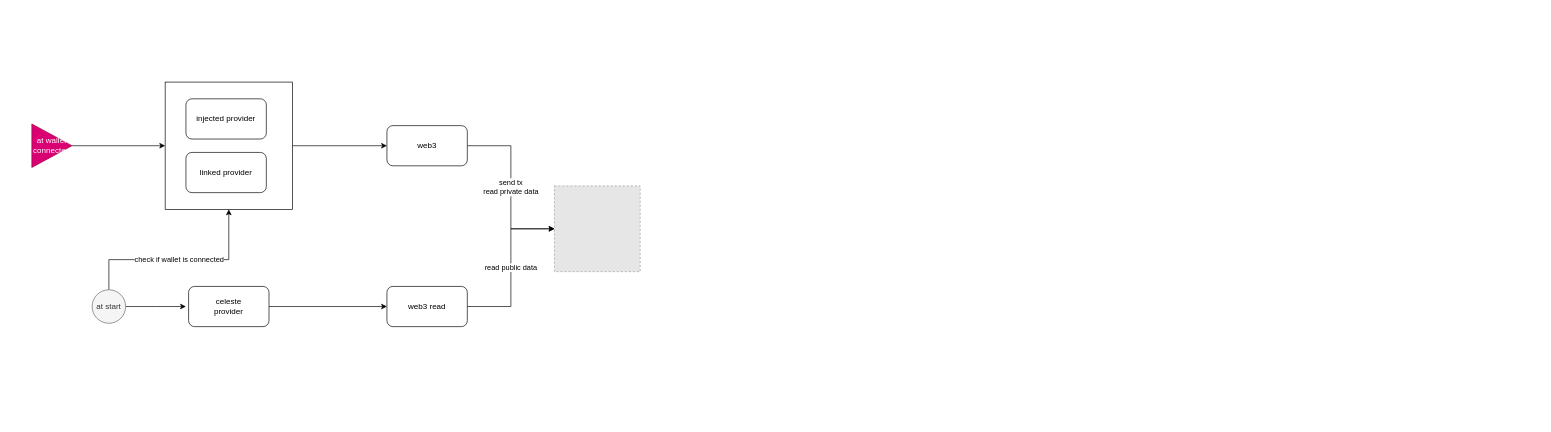
Before: page "core" (2 of 3) of docs/celeste.drawio in Loque18/celeste-js, a draw.io diagram. Source tidied: cells renumbered, new cells numbered last; positions are measured from the earlier drawing's top-left corner, leaving out a move shared by most shapes. Both pictures are drawn from the tidied source at 67%, with x=0, y=0 at pixel (31, 82). Pictures stored in the file or linked from it are replaced by grey dashed boxes.
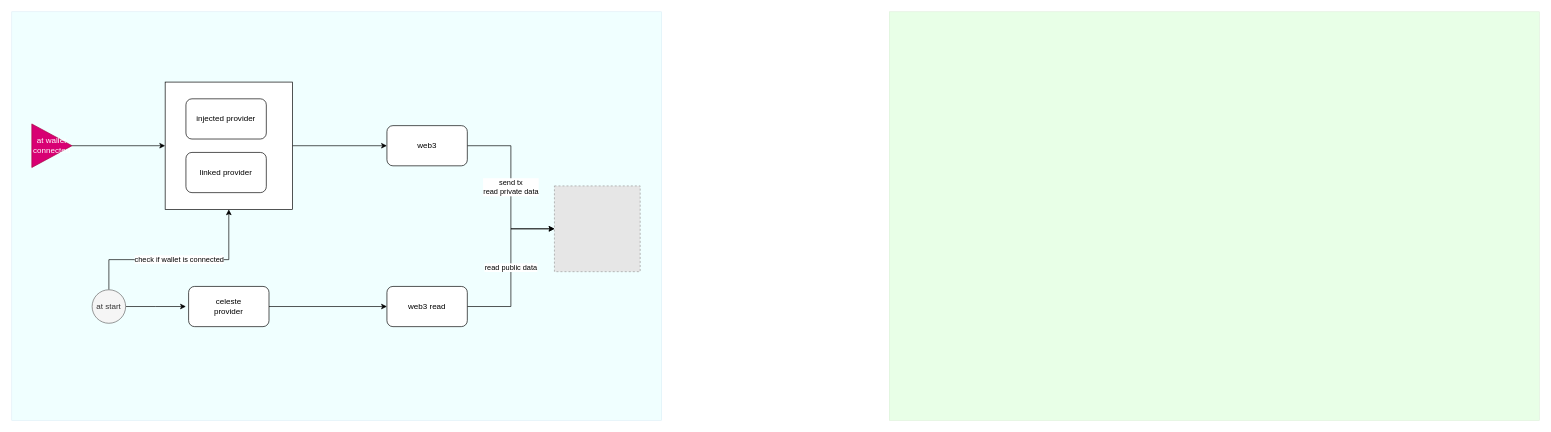
The same diagram, later.

Diff of the diagram source:
```diff
@@
+    <mxCell id="18" style="rounded=0;whiteSpace=wrap;html=1;fillColor=#6CFFFF;fontColor=#ffffff;strokeColor=#006EAF;gradientColor=none;opacity=10;" parent="1" vertex="1">
+      <mxGeometry x="-30" y="-105" width="970" height="610" as="geometry" />
+    </mxCell>
@@
+    <mxCell id="19" style="rounded=0;whiteSpace=wrap;html=1;fillColor=#21FC19;fontColor=#ffffff;strokeColor=#2D7600;opacity=10;" parent="1" vertex="1">
+      <mxGeometry x="1280" y="-105" width="970" height="610" as="geometry" />
+    </mxCell>
```
